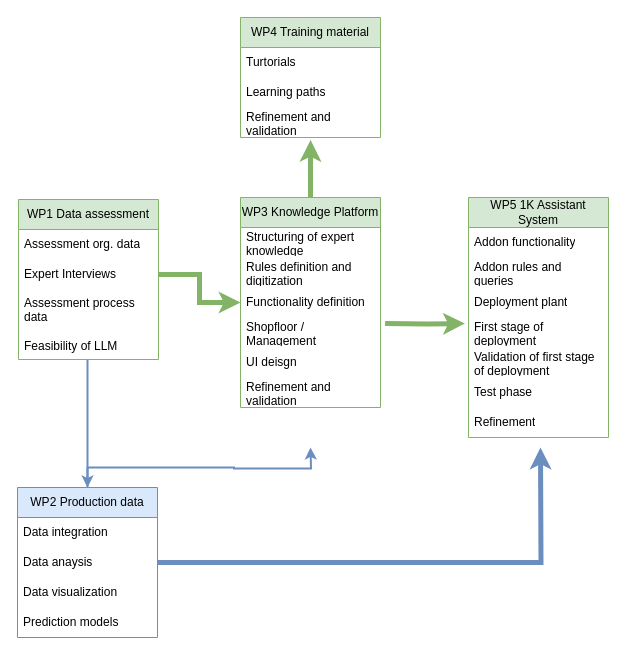
Before: pertRico.drawio in kay-squared/PyTorchLearn, a draw.io diagram. Source tidied: cells renumbered, new cells numbered last; positions are measured from the earlier drawing's top-left corner, leaving out a move shared by most shapes. Both pictures are drawn from the tidied source at 100%, with x=0, y=0 at pixel (17, 17).
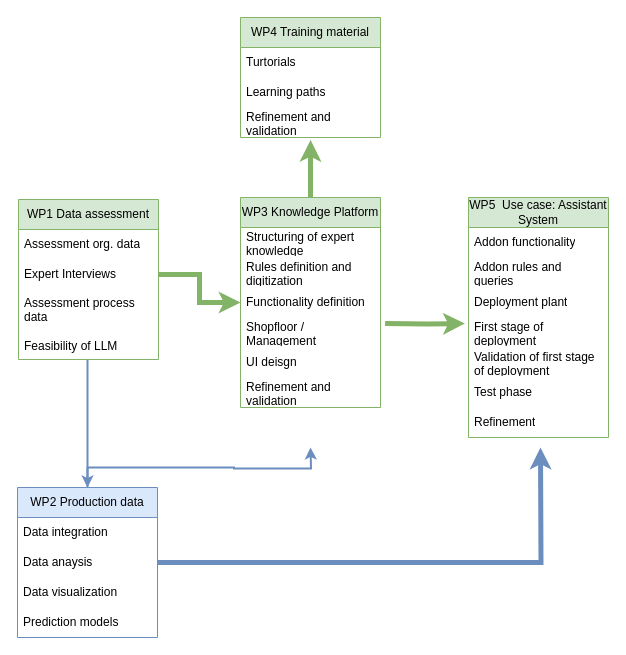
Above is the later version.

The edit, as a diff of the source:
```diff
@@
-    <mxCell id="22" value="WP5 1K Assistant System" style="swimlane;fontStyle=0;horizontal=1;startSize=30;whiteSpace=wrap;html=1;fillColor=#d5e8d4;strokeColor=#82b366;" parent="1" vertex="1">
+    <mxCell id="22" value="WP5&amp;nbsp; Use case: Assistant System" style="swimlane;fontStyle=0;horizontal=1;startSize=30;whiteSpace=wrap;html=1;fillColor=#d5e8d4;strokeColor=#82b366;" parent="1" vertex="1">
       <mxGeometry x="451" y="180" width="140" height="240" as="geometry" />
     </mxCell>
```
